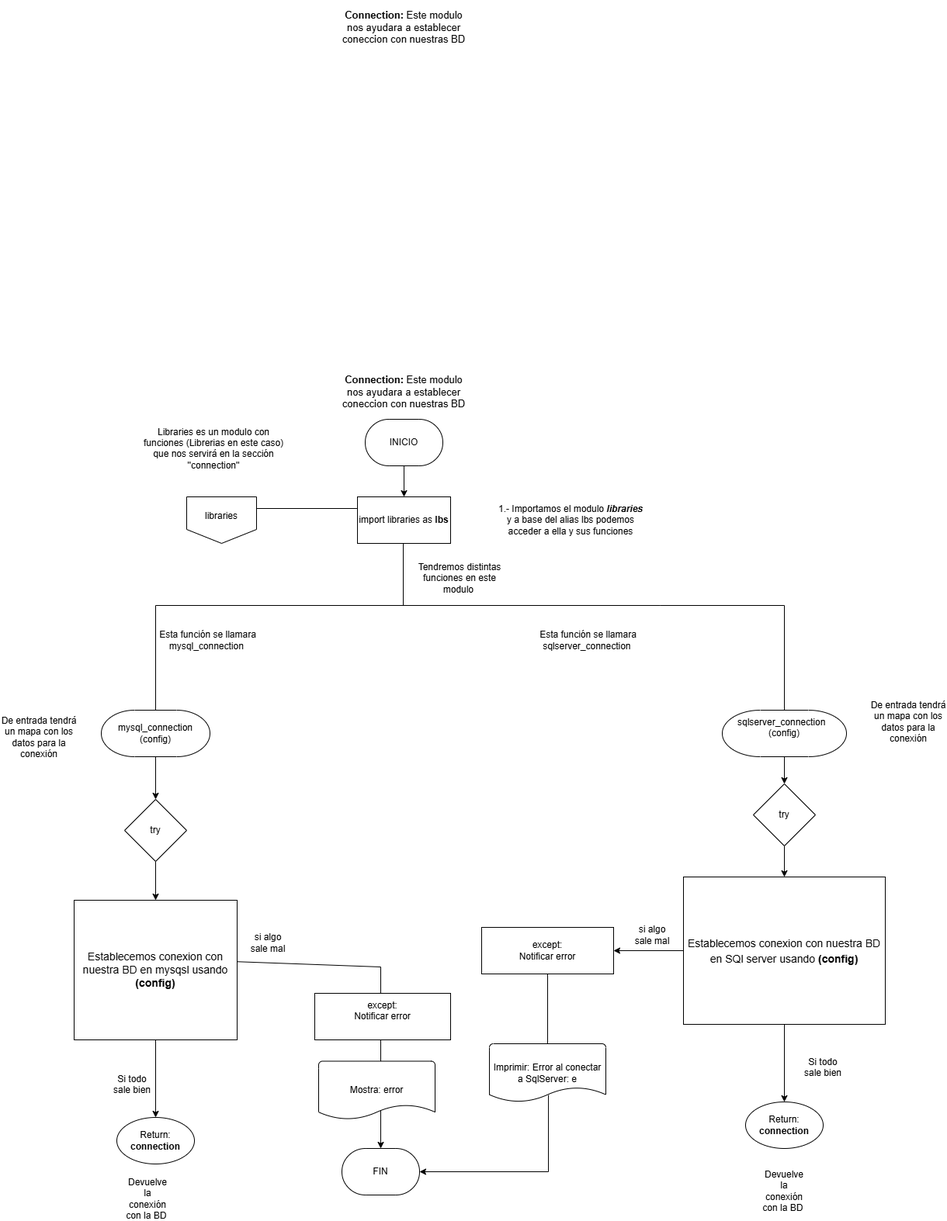
This is Documentación/Diagramas/MIGRATION/connection_module.drawio.png from AlfredoZC/Coffee-shop, a draw.io export, as it was before one commit. Source tidied: cells renumbered, new cells last; positions are measured from the earlier drawing's top-left corner, leaving out a move shared by most shapes.
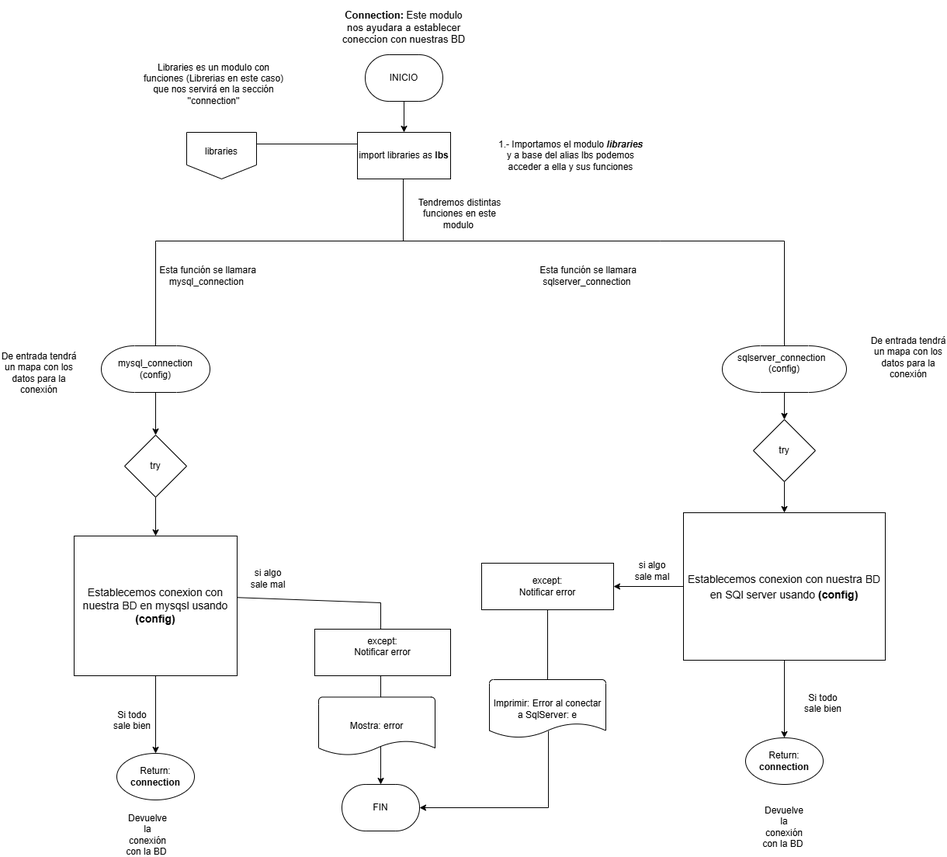
Above is the later version.

The edit, as a diff of the source:
```diff
@@ -29,9 +29,6 @@
     <mxCell id="10" value="&lt;b&gt;Connection:&lt;/b&gt; Este modulo nos ayudara a establecer coneccion con nuestras BD" style="text;html=1;align=center;verticalAlign=middle;whiteSpace=wrap;rounded=0;strokeWidth=1;fontSize=13;" parent="1" vertex="1">
       <mxGeometry x="435" y="470" width="170" height="70" as="geometry" />
     </mxCell>
-    <mxCell id="11" value="&lt;b&gt;Connection:&lt;/b&gt; Este modulo nos ayudara a establecer coneccion con nuestras BD" style="text;html=1;align=center;verticalAlign=middle;whiteSpace=wrap;rounded=0;strokeWidth=1;fontSize=13;" parent="1" vertex="1">
-      <mxGeometry x="435" width="170" height="70" as="geometry" />
-    </mxCell>
     <mxCell id="12" style="edgeStyle=orthogonalEdgeStyle;rounded=0;jettySize=auto;html=1;" parent="1" edge="1" source="13" target="6">
       <mxGeometry relative="1" as="geometry" />
     </mxCell>
```
